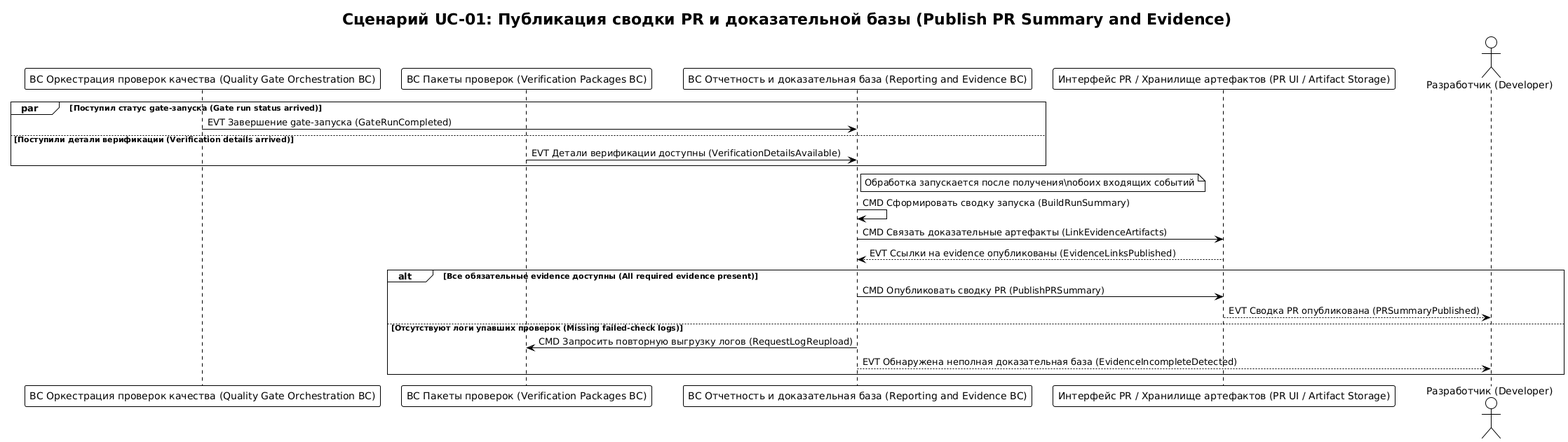
Before: docs/requirements/сценарии/reporting-and-evidence/diagrams/UC-01-sequence.png, a diagram exported from PlantUML (Druk83/RRDCS).
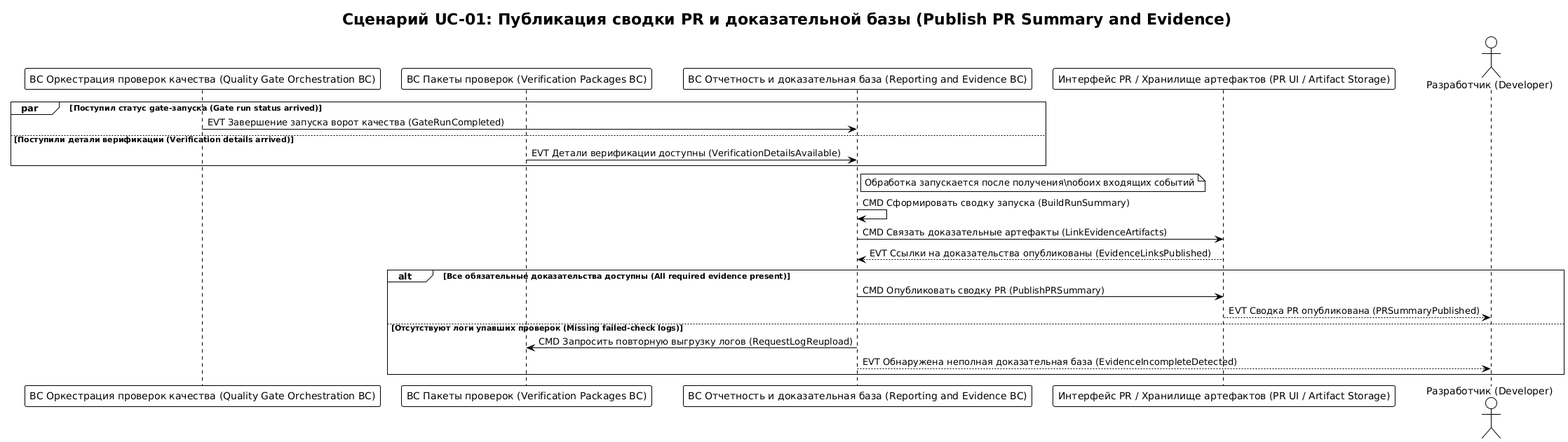
Above is the later version.

What changed in the source:
```diff
@@ -10,7 +10,7 @@
 actor "Разработчик (Developer)" as Dev
 
 par Поступил статус gate-запуска (Gate run status arrived)
-  QGO -> RE : EVT Завершение gate-запуска (GateRunCompleted)
+  QGO -> RE : EVT Завершение запуска ворот качества (GateRunCompleted)
 else Поступили детали верификации (Verification details arrived)
   VP -> RE : EVT Детали верификации доступны (VerificationDetailsAvailable)
 end
@@ -19,9 +19,9 @@
 end note
 RE -> RE : CMD Сформировать сводку запуска (BuildRunSummary)
 RE -> UI : CMD Связать доказательные артефакты (LinkEvidenceArtifacts)
-UI --> RE : EVT Ссылки на evidence опубликованы (EvidenceLinksPublished)
+UI --> RE : EVT Ссылки на доказательства опубликованы (EvidenceLinksPublished)
 
-alt Все обязательные evidence доступны (All required evidence present)
+alt Все обязательные доказательства доступны (All required evidence present)
   RE -> UI : CMD Опубликовать сводку PR (PublishPRSummary)
   UI --> Dev : EVT Сводка PR опубликована (PRSummaryPublished)
 else Отсутствуют логи упавших проверок (Missing failed-check logs)
```
